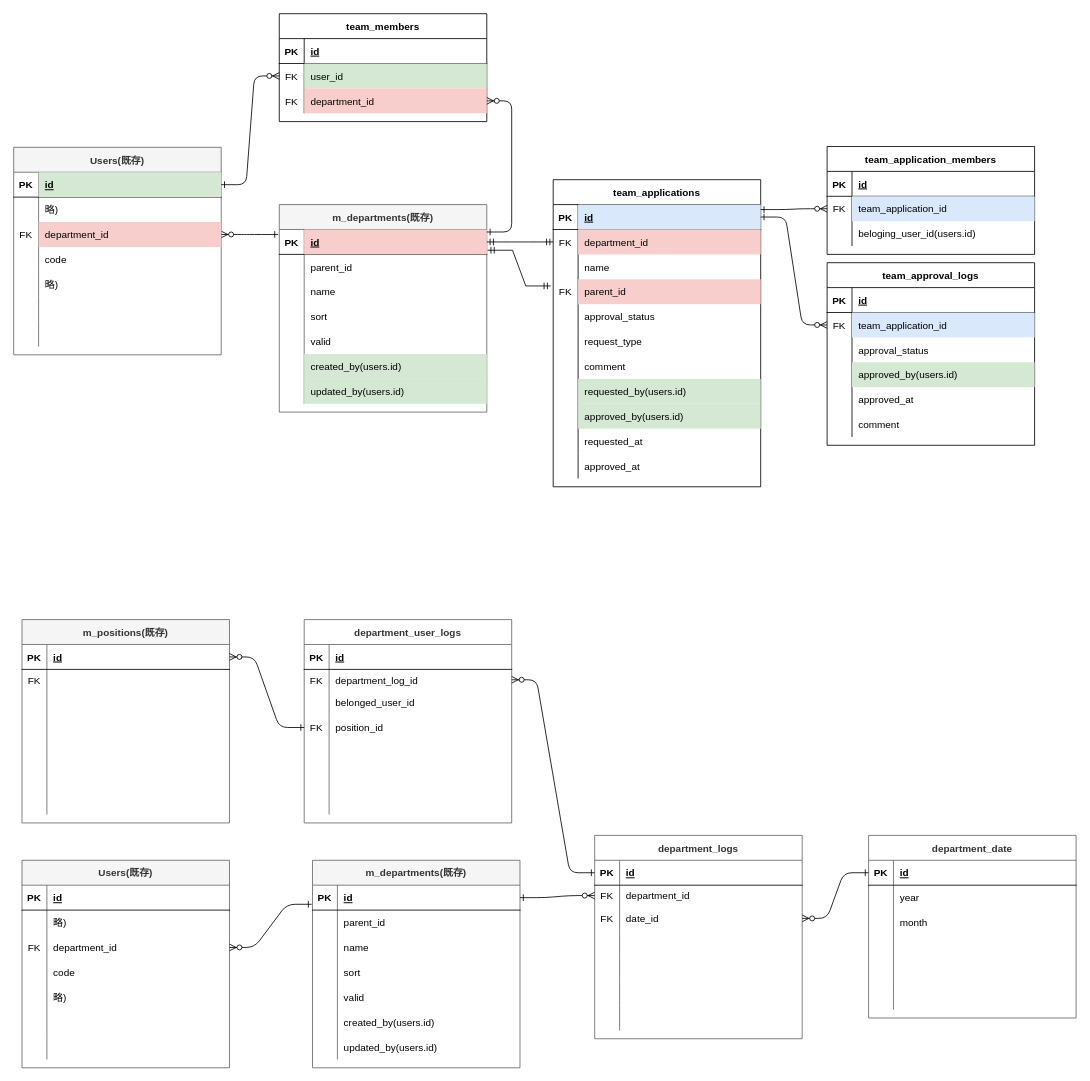
Before: rose.drawio in satohirok/twitter_clone_ER, a draw.io diagram. Source tidied: cells renumbered, new cells numbered last; positions are measured from the earlier drawing's top-left corner, leaving out a move shared by most shapes. Both pictures are drawn from the tidied source at 83%, with x=0, y=0 at pixel (13, -37).
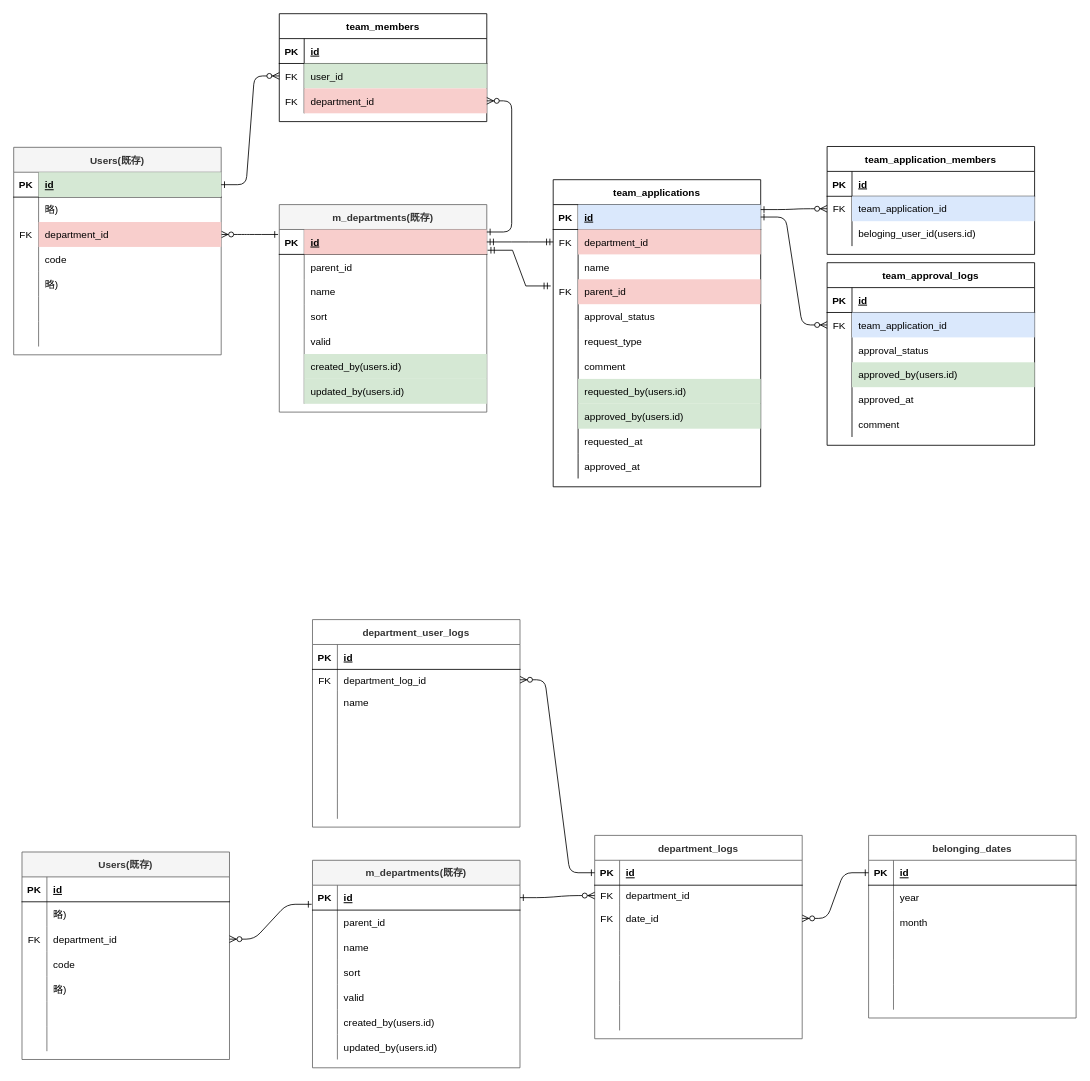
Above is the later version.

Commit message:
rose.drawio を更新します

Unchanged cells that the change refers to:
```xml
<mxCell id="174" style="shape=partialRectangle;fillColor=none;top=0;left=0;right=0;bottom=0;" parent="167" vertex="1">
  <mxGeometry y="85" width="250" height="30" as="geometry" />
</mxCell>
```

The edit, as a diff of the source:
```diff
@@
-    <mxCell id="148" value="department_date" style="shape=table;startSize=30;childLayout=tableLayout;rowLines=0;fontStyle=1;align=center;fillColor=none;fontColor=#333333;strokeColor=#666666;" parent="1" vertex="1">
+    <mxCell id="148" value="belonging_dates" style="shape=table;startSize=30;childLayout=tableLayout;rowLines=0;fontStyle=1;align=center;fillColor=none;fontColor=#333333;strokeColor=#666666;" parent="1" vertex="1">
       <mxGeometry x="1030" y="1050" width="250" height="220" as="geometry" />
     </mxCell>
@@
     <mxCell id="167" value="department_user_logs" style="shape=table;startSize=30;childLayout=tableLayout;rowLines=0;fontStyle=1;align=center;fillColor=none;fontColor=#333333;strokeColor=#666666;" parent="1" vertex="1">
-      <mxGeometry x="350" y="790" width="250" height="245" as="geometry" />
+      <mxGeometry x="360" y="790" width="250" height="250" as="geometry" />
     </mxCell>
@@
-    <mxCell id="176" value="belonged_user_id" style="shape=partialRectangle;overflow=hidden;fillColor=none;top=0;left=0;bottom=0;right=0;align=left;spacingLeft=6;" parent="174" vertex="1">
+    <mxCell id="176" value="name" style="shape=partialRectangle;overflow=hidden;fillColor=none;top=0;left=0;bottom=0;right=0;align=left;spacingLeft=6;" parent="174" vertex="1">
       <mxGeometry x="30" width="220" height="30" as="geometry" />
     </mxCell>
     <mxCell id="177" style="shape=partialRectangle;fillColor=none;points=[[0,0.5],[1,0.5]];portConstraint=eastwest;top=0;left=0;right=0;bottom=0;" parent="167" vertex="1">
-      <mxGeometry y="115" width="250" height="30" as="geometry" />
+      <mxGeometry y="115" width="250" height="35" as="geometry" />
     </mxCell>
-    <mxCell id="178" value="FK" style="shape=partialRectangle;overflow=hidden;fillColor=none;top=0;left=0;bottom=0;right=0;" parent="177" vertex="1">
-      <mxGeometry width="30" height="30" as="geometry" />
+    <mxCell id="178" style="shape=partialRectangle;overflow=hidden;fillColor=none;top=0;left=0;bottom=0;right=0;" parent="177" vertex="1">
+      <mxGeometry width="30" height="35" as="geometry" />
     </mxCell>
-    <mxCell id="179" value="position_id" style="shape=partialRectangle;overflow=hidden;fillColor=none;top=0;left=0;bottom=0;right=0;align=left;spacingLeft=6;" parent="177" vertex="1">
-      <mxGeometry x="30" width="220" height="30" as="geometry" />
+    <mxCell id="179" style="shape=partialRectangle;overflow=hidden;fillColor=none;top=0;left=0;bottom=0;right=0;align=left;spacingLeft=6;" parent="177" vertex="1">
+      <mxGeometry x="30" width="220" height="35" as="geometry" />
     </mxCell>
     <mxCell id="180" style="shape=partialRectangle;fillColor=none;top=0;left=0;right=0;bottom=0;" parent="167" vertex="1">
-      <mxGeometry y="145" width="250" height="30" as="geometry" />
+      <mxGeometry y="150" width="250" height="30" as="geometry" />
     </mxCell>
@@
     <mxCell id="183" style="shape=partialRectangle;fillColor=none;top=0;left=0;right=0;bottom=0;" parent="167" vertex="1">
-      <mxGeometry y="175" width="250" height="30" as="geometry" />
+      <mxGeometry y="180" width="250" height="30" as="geometry" />
     </mxCell>
@@
     <mxCell id="186" style="shape=partialRectangle;fillColor=none;top=0;left=0;right=0;bottom=0;" parent="167" vertex="1">
-      <mxGeometry y="205" width="250" height="30" as="geometry" />
+      <mxGeometry y="210" width="250" height="30" as="geometry" />
     </mxCell>
@@
     <mxCell id="211" value="Users(既存)" style="shape=table;startSize=30;childLayout=tableLayout;rowLines=0;fontStyle=1;align=center;fillColor=#f5f5f5;fontColor=#333333;strokeColor=#666666;" parent="1" vertex="1">
-      <mxGeometry x="10" y="1080" width="250" height="250" as="geometry" />
+      <mxGeometry x="10" y="1070" width="250" height="250" as="geometry" />
     </mxCell>
@@
-    <mxCell id="233" value="m_positions(既存)" style="shape=table;startSize=30;childLayout=tableLayout;rowLines=0;fontStyle=1;align=center;fillColor=#f5f5f5;fontColor=#333333;strokeColor=#666666;" parent="1" vertex="1">
-      <mxGeometry x="10" y="790" width="250" height="245" as="geometry" />
-    </mxCell>
-    <mxCell id="234" style="shape=partialRectangle;fillColor=none;points=[[0,0.5],[1,0.5]];portConstraint=eastwest;top=0;left=0;right=0;bottom=1;" parent="233" vertex="1">
-      <mxGeometry y="30" width="250" height="30" as="geometry" />
-    </mxCell>
-    <mxCell id="235" value="PK" style="shape=partialRectangle;overflow=hidden;fillColor=none;top=0;left=0;bottom=0;right=0;fontStyle=1;" parent="234" vertex="1">
-      <mxGeometry width="30" height="30" as="geometry" />
-    </mxCell>
-    <mxCell id="236" value="id" style="shape=partialRectangle;overflow=hidden;fillColor=none;top=0;left=0;bottom=0;right=0;align=left;spacingLeft=6;fontStyle=5;strokeColor=#b85450;" parent="234" vertex="1">
-      <mxGeometry x="30" width="220" height="30" as="geometry" />
-    </mxCell>
-    <mxCell id="237" style="shape=partialRectangle;fillColor=none;top=0;left=0;right=0;bottom=0;" parent="233" vertex="1">
-      <mxGeometry y="60" width="250" height="25" as="geometry" />
-    </mxCell>
-    <mxCell id="238" value="FK" style="shape=partialRectangle;overflow=hidden;fillColor=none;top=0;left=0;bottom=0;right=0;" parent="237" vertex="1">
-      <mxGeometry width="30" height="25" as="geometry" />
-    </mxCell>
-    <mxCell id="239" style="shape=partialRectangle;overflow=hidden;fillColor=none;top=0;left=0;bottom=0;right=0;align=left;spacingLeft=6;" parent="237" vertex="1">
-      <mxGeometry x="30" width="220" height="25" as="geometry" />
-    </mxCell>
-    <mxCell id="240" style="shape=partialRectangle;fillColor=none;top=0;left=0;right=0;bottom=0;" parent="233" vertex="1">
-      <mxGeometry y="85" width="250" height="30" as="geometry" />
-    </mxCell>
-    <mxCell id="241" style="shape=partialRectangle;overflow=hidden;fillColor=none;top=0;left=0;bottom=0;right=0;" parent="240" vertex="1">
-      <mxGeometry width="30" height="30" as="geometry" />
-    </mxCell>
-    <mxCell id="242" style="shape=partialRectangle;overflow=hidden;fillColor=none;top=0;left=0;bottom=0;right=0;align=left;spacingLeft=6;" parent="240" vertex="1">
-      <mxGeometry x="30" width="220" height="30" as="geometry" />
-    </mxCell>
-    <mxCell id="243" style="shape=partialRectangle;fillColor=none;top=0;left=0;right=0;bottom=0;" parent="233" vertex="1">
-      <mxGeometry y="115" width="250" height="30" as="geometry" />
-    </mxCell>
-    <mxCell id="244" style="shape=partialRectangle;overflow=hidden;fillColor=none;top=0;left=0;bottom=0;right=0;" parent="243" vertex="1">
-      <mxGeometry width="30" height="30" as="geometry" />
-    </mxCell>
-    <mxCell id="245" style="shape=partialRectangle;overflow=hidden;fillColor=none;top=0;left=0;bottom=0;right=0;align=left;spacingLeft=6;" parent="243" vertex="1">
-      <mxGeometry x="30" width="220" height="30" as="geometry" />
-    </mxCell>
-    <mxCell id="246" style="shape=partialRectangle;fillColor=none;top=0;left=0;right=0;bottom=0;" parent="233" vertex="1">
-      <mxGeometry y="145" width="250" height="30" as="geometry" />
-    </mxCell>
-    <mxCell id="247" style="shape=partialRectangle;overflow=hidden;fillColor=none;top=0;left=0;bottom=0;right=0;" parent="246" vertex="1">
-      <mxGeometry width="30" height="30" as="geometry" />
-    </mxCell>
-    <mxCell id="248" style="shape=partialRectangle;overflow=hidden;fillColor=none;top=0;left=0;bottom=0;right=0;align=left;spacingLeft=6;" parent="246" vertex="1">
-      <mxGeometry x="30" width="220" height="30" as="geometry" />
-    </mxCell>
-    <mxCell id="249" style="shape=partialRectangle;fillColor=none;top=0;left=0;right=0;bottom=0;" parent="233" vertex="1">
-      <mxGeometry y="175" width="250" height="30" as="geometry" />
-    </mxCell>
-    <mxCell id="250" style="shape=partialRectangle;overflow=hidden;fillColor=none;top=0;left=0;bottom=0;right=0;" parent="249" vertex="1">
-      <mxGeometry width="30" height="30" as="geometry" />
-    </mxCell>
-    <mxCell id="251" style="shape=partialRectangle;overflow=hidden;fillColor=none;top=0;left=0;bottom=0;right=0;align=left;spacingLeft=6;strokeColor=#82b366;" parent="249" vertex="1">
-      <mxGeometry x="30" width="220" height="30" as="geometry" />
-    </mxCell>
-    <mxCell id="252" style="shape=partialRectangle;fillColor=none;top=0;left=0;right=0;bottom=0;" parent="233" vertex="1">
-      <mxGeometry y="205" width="250" height="30" as="geometry" />
-    </mxCell>
-    <mxCell id="253" style="shape=partialRectangle;overflow=hidden;fillColor=none;top=0;left=0;bottom=0;right=0;" parent="252" vertex="1">
-      <mxGeometry width="30" height="30" as="geometry" />
-    </mxCell>
-    <mxCell id="254" style="shape=partialRectangle;overflow=hidden;fillColor=none;top=0;left=0;bottom=0;right=0;align=left;spacingLeft=6;strokeColor=#82b366;" parent="252" vertex="1">
-      <mxGeometry x="30" width="220" height="30" as="geometry" />
-    </mxCell>
@@
-    <mxCell id="259" style="edgeStyle=entityRelationEdgeStyle;endArrow=ERzeroToMany;startArrow=ERone;endFill=1;startFill=0;entryX=1;entryY=0.5;entryDx=0;entryDy=0;" parent="1" edge="1" source="177" target="234">
-      <mxGeometry relative="1" as="geometry">
-        <Array as="points">
-          <mxPoint x="290" y="367" />
-        </Array>
-      </mxGeometry>
-    </mxCell>
```
